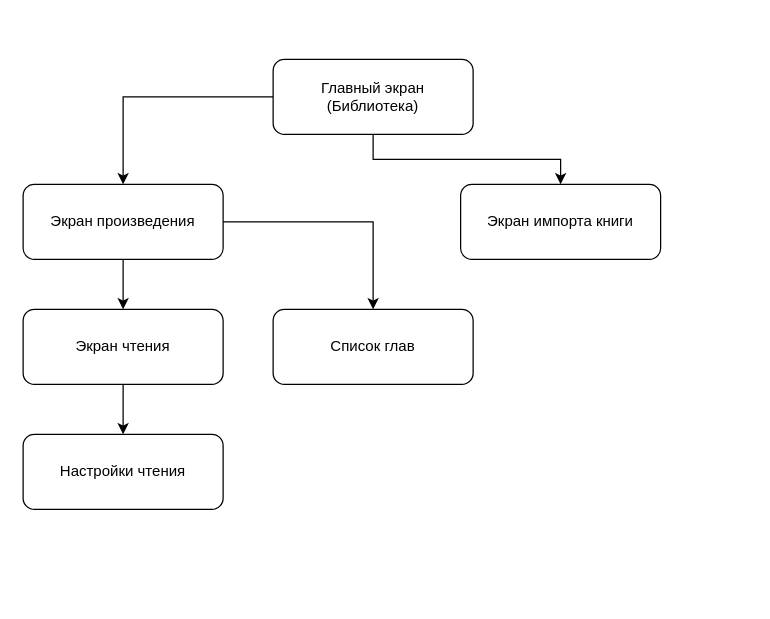
This is pages.drawio from PavelxRay/DRAWIO, a draw.io file, before an edit. Source tidied: cells renumbered, new cells numbered last; positions are measured from the earlier drawing's top-left corner, leaving out a move shared by most shapes. Both pictures are drawn from the tidied source at 125%, with x=0, y=0 at pixel (22, 59).
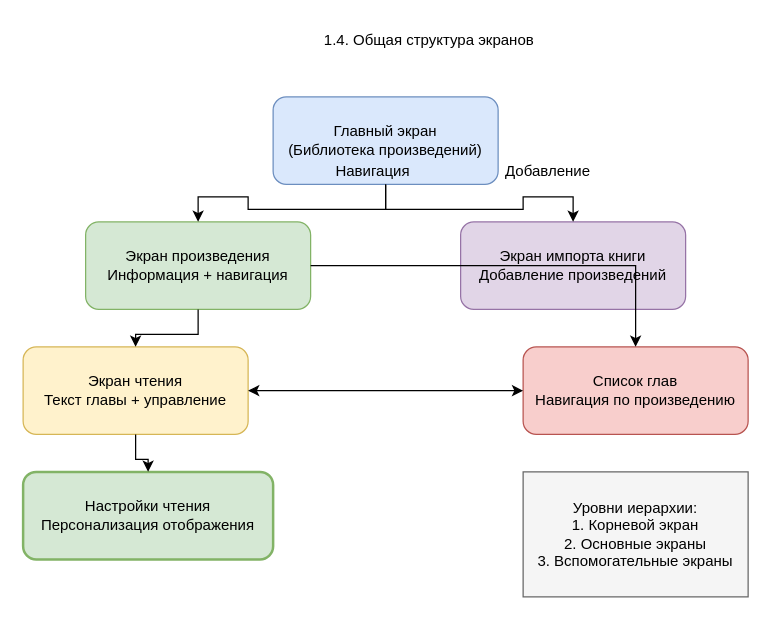
Above is the later version.

Commit message:
Update diagram structure and labels in pages.drawio

Change to the diagram source:
```diff
@@
 <mxGraphModel>
   <root>
     <mxCell id="0" />
     <mxCell id="1" parent="0" />
-    <mxCell id="2" value="Главный экран (Библиотека)" style="rounded=1;whiteSpace=wrap;html=1;" parent="1" vertex="1">
-      <mxGeometry x="200" width="160" height="60" as="geometry" />
+    <mxCell id="2" value="1.4. Общая структура экранов" style="text;strokeColor=none;fillColor=none;align=center;verticalAlign=middle;whiteSpace=wrap;rounded=0;" parent="1" vertex="1">
+      <mxGeometry x="200" y="-30" width="250" height="30" as="geometry" />
     </mxCell>
-    <mxCell id="3" value="Экран произведения" style="rounded=1;whiteSpace=wrap;html=1;" parent="1" vertex="1">
-      <mxGeometry y="100" width="160" height="60" as="geometry" />
+    <mxCell id="3" value="Главный экран&#10;(Библиотека произведений)" style="rounded=1;whiteSpace=wrap;html=1;fillColor=#dae8fc;strokeColor=#6c8ebf;" parent="1" vertex="1">
+      <mxGeometry x="200" y="30" width="180" height="70" as="geometry" />
     </mxCell>
-    <mxCell id="4" value="Экран импорта книги" style="rounded=1;whiteSpace=wrap;html=1;" parent="1" vertex="1">
-      <mxGeometry x="350" y="100" width="160" height="60" as="geometry" />
+    <mxCell id="4" value="Экран произведения&#10;Информация + навигация" style="rounded=1;whiteSpace=wrap;html=1;fillColor=#d5e8d4;strokeColor=#82b366;" parent="1" vertex="1">
+      <mxGeometry x="50" y="130" width="180" height="70" as="geometry" />
     </mxCell>
-    <mxCell id="5" value="Экран чтения" style="rounded=1;whiteSpace=wrap;html=1;" parent="1" vertex="1">
-      <mxGeometry y="200" width="160" height="60" as="geometry" />
+    <mxCell id="5" value="Экран импорта книги&#10;Добавление произведений" style="rounded=1;whiteSpace=wrap;html=1;fillColor=#e1d5e7;strokeColor=#9673a6;" parent="1" vertex="1">
+      <mxGeometry x="350" y="130" width="180" height="70" as="geometry" />
     </mxCell>
-    <mxCell id="6" value="Список глав" style="rounded=1;whiteSpace=wrap;html=1;" parent="1" vertex="1">
-      <mxGeometry x="200" y="200" width="160" height="60" as="geometry" />
+    <mxCell id="6" value="Экран чтения&#10;Текст главы + управление" style="rounded=1;whiteSpace=wrap;html=1;fillColor=#fff2cc;strokeColor=#d6b656;" parent="1" vertex="1">
+      <mxGeometry y="230" width="180" height="70" as="geometry" />
     </mxCell>
-    <mxCell id="7" value="Настройки чтения" style="rounded=1;whiteSpace=wrap;html=1;" parent="1" vertex="1">
-      <mxGeometry y="300" width="160" height="60" as="geometry" />
+    <mxCell id="7" value="Список глав&#10;Навигация по произведению" style="rounded=1;whiteSpace=wrap;html=1;fillColor=#f8cecc;strokeColor=#b85450;" parent="1" vertex="1">
+      <mxGeometry x="400" y="230" width="180" height="70" as="geometry" />
     </mxCell>
-    <mxCell id="8" style="edgeStyle=orthogonalEdgeStyle;rounded=0;jettySize=auto;html=1;" parent="1" edge="1" source="2" target="3">
-      <mxGeometry relative="1" as="geometry" />
+    <mxCell id="8" value="Настройки чтения&#10;Персонализация отображения" style="rounded=1;whiteSpace=wrap;html=1;fillColor=#d5e8d4;strokeColor=#82b366;strokeWidth=2;" parent="1" vertex="1">
+      <mxGeometry y="330" width="200" height="70" as="geometry" />
     </mxCell>
-    <mxCell id="9" style="edgeStyle=orthogonalEdgeStyle;rounded=0;jettySize=auto;html=1;" parent="1" edge="1" source="2" target="4">
+    <mxCell id="9" style="edgeStyle=orthogonalEdgeStyle;rounded=0;jettySize=auto;html=1;" parent="1" edge="1" source="3" target="4">
       <mxGeometry relative="1" as="geometry" />
     </mxCell>
     <mxCell id="10" style="edgeStyle=orthogonalEdgeStyle;rounded=0;jettySize=auto;html=1;" parent="1" edge="1" source="3" target="5">
       <mxGeometry relative="1" as="geometry" />
     </mxCell>
-    <mxCell id="11" style="edgeStyle=orthogonalEdgeStyle;rounded=0;jettySize=auto;html=1;" parent="1" edge="1" source="3" target="6">
+    <mxCell id="11" style="edgeStyle=orthogonalEdgeStyle;rounded=0;jettySize=auto;html=1;" parent="1" edge="1" source="4" target="6">
       <mxGeometry relative="1" as="geometry" />
     </mxCell>
-    <mxCell id="12" style="edgeStyle=orthogonalEdgeStyle;rounded=0;jettySize=auto;html=1;" parent="1" edge="1" source="5" target="7">
+    <mxCell id="12" style="edgeStyle=orthogonalEdgeStyle;rounded=0;jettySize=auto;html=1;" parent="1" edge="1" source="4" target="7">
       <mxGeometry relative="1" as="geometry" />
     </mxCell>
+    <mxCell id="13" style="edgeStyle=orthogonalEdgeStyle;rounded=0;jettySize=auto;html=1;" parent="1" edge="1" source="6" target="8">
+      <mxGeometry relative="1" as="geometry" />
+    </mxCell>
+    <mxCell id="14" style="edgeStyle=orthogonalEdgeStyle;rounded=0;jettySize=auto;html=1;endArrow=classic;startArrow=classic;" parent="1" edge="1" source="6" target="7">
+      <mxGeometry relative="1" as="geometry" />
+    </mxCell>
+    <mxCell id="15" value="Уровни иерархии:&#10;1. Корневой экран&#10;2. Основные экраны&#10;3. Вспомогательные экраны" style="rounded=0;whiteSpace=wrap;html=1;fillColor=#f5f5f5;strokeColor=#666666;" parent="1" vertex="1">
+      <mxGeometry x="400" y="330" width="180" height="100" as="geometry" />
+    </mxCell>
+    <mxCell id="16" value="Навигация" style="text;strokeColor=none;fillColor=none;align=center;verticalAlign=middle;whiteSpace=wrap;rounded=0;" parent="1" vertex="1">
+      <mxGeometry x="250" y="80" width="60" height="20" as="geometry" />
+    </mxCell>
+    <mxCell id="17" value="Добавление" style="text;strokeColor=none;fillColor=none;align=center;verticalAlign=middle;whiteSpace=wrap;rounded=0;" parent="1" vertex="1">
+      <mxGeometry x="390" y="80" width="60" height="20" as="geometry" />
+    </mxCell>
   </root>
 </mxGraphModel>
```
